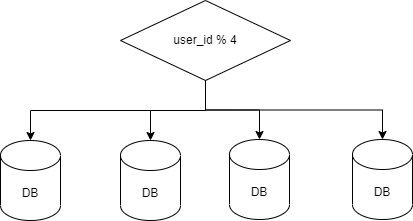
Above: imgs/SSAFY/1_1.drawio.png in armitagenaver/cdns (draw.io), before the change. Source tidied: cells renumbered, new cells last; positions are measured from the earlier drawing's top-left corner, leaving out a move shared by most shapes.
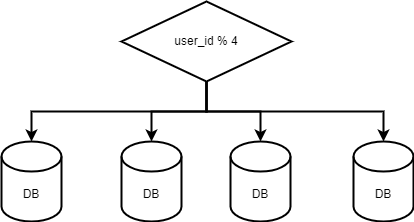
Above is the later version.

Commit message:
1_1.drawio.png이 추가되었습니다.

Change to the diagram source:
```diff
@@ -2,32 +2,32 @@
   <root>
     <mxCell id="0" />
     <mxCell id="1" parent="0" />
-    <mxCell id="2" style="edgeStyle=orthogonalEdgeStyle;rounded=0;jettySize=auto;html=1;exitX=0.5;exitY=1;exitDx=0;exitDy=0;entryX=0.5;entryY=0;entryDx=0;entryDy=0;entryPerimeter=0;" parent="1" edge="1" source="6" target="7">
+    <mxCell id="2" style="edgeStyle=orthogonalEdgeStyle;rounded=0;jettySize=auto;html=1;exitX=0.5;exitY=1;exitDx=0;exitDy=0;entryX=0.5;entryY=0;entryDx=0;entryDy=0;entryPerimeter=0;strokeWidth=2;" parent="1" edge="1" source="6" target="7">
       <mxGeometry relative="1" as="geometry" />
     </mxCell>
-    <mxCell id="3" style="edgeStyle=orthogonalEdgeStyle;rounded=0;jettySize=auto;html=1;exitX=0.5;exitY=1;exitDx=0;exitDy=0;" parent="1" edge="1" source="6" target="8">
+    <mxCell id="3" style="edgeStyle=orthogonalEdgeStyle;rounded=0;jettySize=auto;html=1;exitX=0.5;exitY=1;exitDx=0;exitDy=0;strokeWidth=2;" parent="1" edge="1" source="6" target="8">
       <mxGeometry relative="1" as="geometry" />
     </mxCell>
-    <mxCell id="4" style="edgeStyle=orthogonalEdgeStyle;rounded=0;jettySize=auto;html=1;exitX=0.5;exitY=1;exitDx=0;exitDy=0;" parent="1" edge="1" source="6" target="9">
+    <mxCell id="4" style="edgeStyle=orthogonalEdgeStyle;rounded=0;jettySize=auto;html=1;exitX=0.5;exitY=1;exitDx=0;exitDy=0;strokeWidth=2;" parent="1" edge="1" source="6" target="9">
       <mxGeometry relative="1" as="geometry" />
     </mxCell>
-    <mxCell id="5" style="edgeStyle=orthogonalEdgeStyle;rounded=0;jettySize=auto;html=1;exitX=0.5;exitY=1;exitDx=0;exitDy=0;entryX=0.5;entryY=0;entryDx=0;entryDy=0;entryPerimeter=0;" parent="1" edge="1" source="6" target="10">
+    <mxCell id="5" style="edgeStyle=orthogonalEdgeStyle;rounded=0;jettySize=auto;html=1;exitX=0.5;exitY=1;exitDx=0;exitDy=0;entryX=0.5;entryY=0;entryDx=0;entryDy=0;entryPerimeter=0;strokeWidth=2;" parent="1" edge="1" source="6" target="10">
       <mxGeometry relative="1" as="geometry" />
     </mxCell>
-    <mxCell id="6" value="user_id % 4" style="rhombus;whiteSpace=wrap;html=1;" parent="1" vertex="1">
+    <mxCell id="6" value="user_id % 4" style="rhombus;whiteSpace=wrap;html=1;strokeWidth=2;" parent="1" vertex="1">
       <mxGeometry x="120" width="170" height="80" as="geometry" />
     </mxCell>
-    <mxCell id="7" value="DB" style="shape=cylinder3;whiteSpace=wrap;html=1;boundedLbl=1;backgroundOutline=1;size=15;" parent="1" vertex="1">
+    <mxCell id="7" value="DB" style="shape=cylinder3;whiteSpace=wrap;html=1;boundedLbl=1;backgroundOutline=1;size=15;strokeWidth=2;" parent="1" vertex="1">
       <mxGeometry y="140" width="60" height="80" as="geometry" />
     </mxCell>
-    <mxCell id="8" value="DB" style="shape=cylinder3;whiteSpace=wrap;html=1;boundedLbl=1;backgroundOutline=1;size=15;" parent="1" vertex="1">
+    <mxCell id="8" value="DB" style="shape=cylinder3;whiteSpace=wrap;html=1;boundedLbl=1;backgroundOutline=1;size=15;strokeWidth=2;" parent="1" vertex="1">
       <mxGeometry x="120" y="140" width="60" height="80" as="geometry" />
     </mxCell>
-    <mxCell id="9" value="DB" style="shape=cylinder3;whiteSpace=wrap;html=1;boundedLbl=1;backgroundOutline=1;size=15;" parent="1" vertex="1">
-      <mxGeometry x="229" y="139" width="60" height="80" as="geometry" />
+    <mxCell id="9" value="DB" style="shape=cylinder3;whiteSpace=wrap;html=1;boundedLbl=1;backgroundOutline=1;size=15;strokeWidth=2;" parent="1" vertex="1">
+      <mxGeometry x="229" y="140" width="60" height="80" as="geometry" />
     </mxCell>
-    <mxCell id="10" value="DB" style="shape=cylinder3;whiteSpace=wrap;html=1;boundedLbl=1;backgroundOutline=1;size=15;" parent="1" vertex="1">
-      <mxGeometry x="352" y="139" width="60" height="80" as="geometry" />
+    <mxCell id="10" value="DB" style="shape=cylinder3;whiteSpace=wrap;html=1;boundedLbl=1;backgroundOutline=1;size=15;strokeWidth=2;" parent="1" vertex="1">
+      <mxGeometry x="352" y="140" width="60" height="80" as="geometry" />
     </mxCell>
   </root>
 </mxGraphModel>
```
